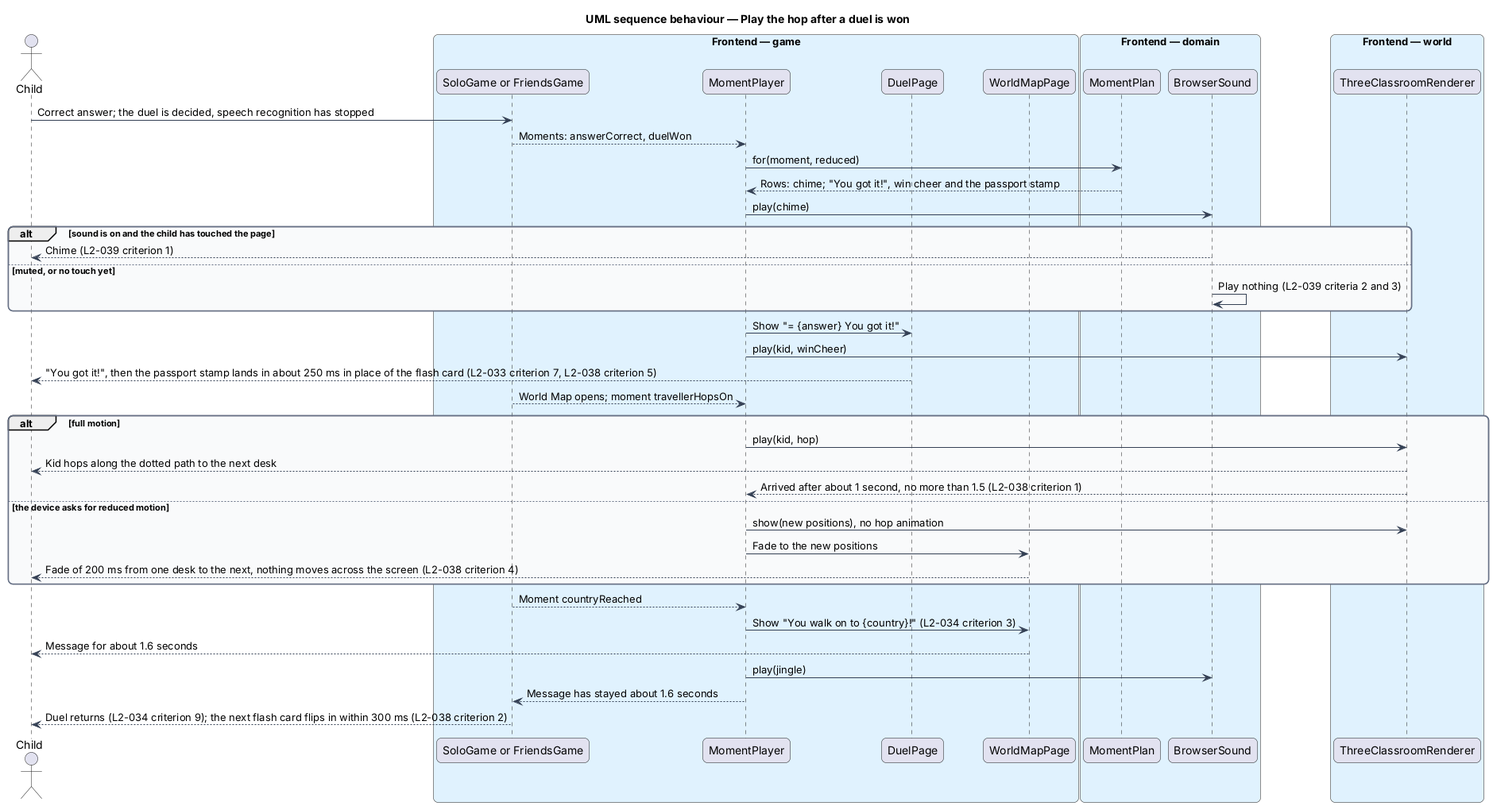
The PlantUML diagram docs/detailed-designs/classroom/play-motion-and-sound/diagrams/sequence-play-hop.png in QuinntyneBrown/around-the-world, before a commit. Its source is kept beside it as docs/detailed-designs/classroom/play-motion-and-sound/diagrams/sequence-play-hop.puml. Its diagram source:
```plantuml
@startuml
title UML sequence behaviour — Play the hop after a duel is won
skinparam backgroundColor #FFFFFF
skinparam shadowing false
skinparam roundcorner 12
skinparam defaultFontName Arial
skinparam ArrowColor #344054
skinparam rectangle {
  BorderColor #344054
  FontColor #101828
}
skinparam package {
  BorderColor #667085
  FontColor #101828
  BackgroundColor #F9FAFB
}
actor "Child" as actor
box "Frontend — game" #E0F2FE
  participant "SoloGame or FriendsGame" as session
  participant "MomentPlayer" as player
  participant "DuelPage" as duel
  participant "WorldMapPage" as map
end box
box "Frontend — domain" #E0F2FE
  participant "MomentPlan" as plan
  participant "BrowserSound" as sound
end box
box "Frontend — world" #E0F2FE
  participant "ThreeClassroomRenderer" as renderer
end box
actor -> session : Correct answer; the duel is decided, speech recognition has stopped
session --> player : Moments: answerCorrect, duelWon
player -> plan : for(moment, reduced)
plan --> player : Rows: chime; "You got it!", win cheer and the passport stamp
player -> sound : play(chime)
alt sound is on and the child has touched the page
  sound --> actor : Chime (L2-039 criterion 1)
else muted, or no touch yet
  sound -> sound : Play nothing (L2-039 criteria 2 and 3)
end
player -> duel : Show "= {answer} You got it!"
player -> renderer : play(kid, winCheer)
duel --> actor : "You got it!", then the passport stamp lands in about 250 ms in place of the flash card (L2-033 criterion 7, L2-038 criterion 5)
session --> player : World Map opens; moment travellerHopsOn
alt full motion
  player -> renderer : play(kid, hop)
  renderer --> actor : Kid hops along the dotted path to the next desk
  renderer --> player : Arrived after about 1 second, no more than 1.5 (L2-038 criterion 1)
else the device asks for reduced motion
  player -> renderer : show(new positions), no hop animation
  player -> map : Fade to the new positions
  map --> actor : Fade of 200 ms from one desk to the next, nothing moves across the screen (L2-038 criterion 4)
end
session --> player : Moment countryReached
player -> map : Show "You walk on to {country}!" (L2-034 criterion 3)
map --> actor : Message for about 1.6 seconds
player -> sound : play(jingle)
player --> session : Message has stayed about 1.6 seconds
session --> actor : Duel returns (L2-034 criterion 9); the next flash card flips in within 300 ms (L2-038 criterion 2)
@enduml
```
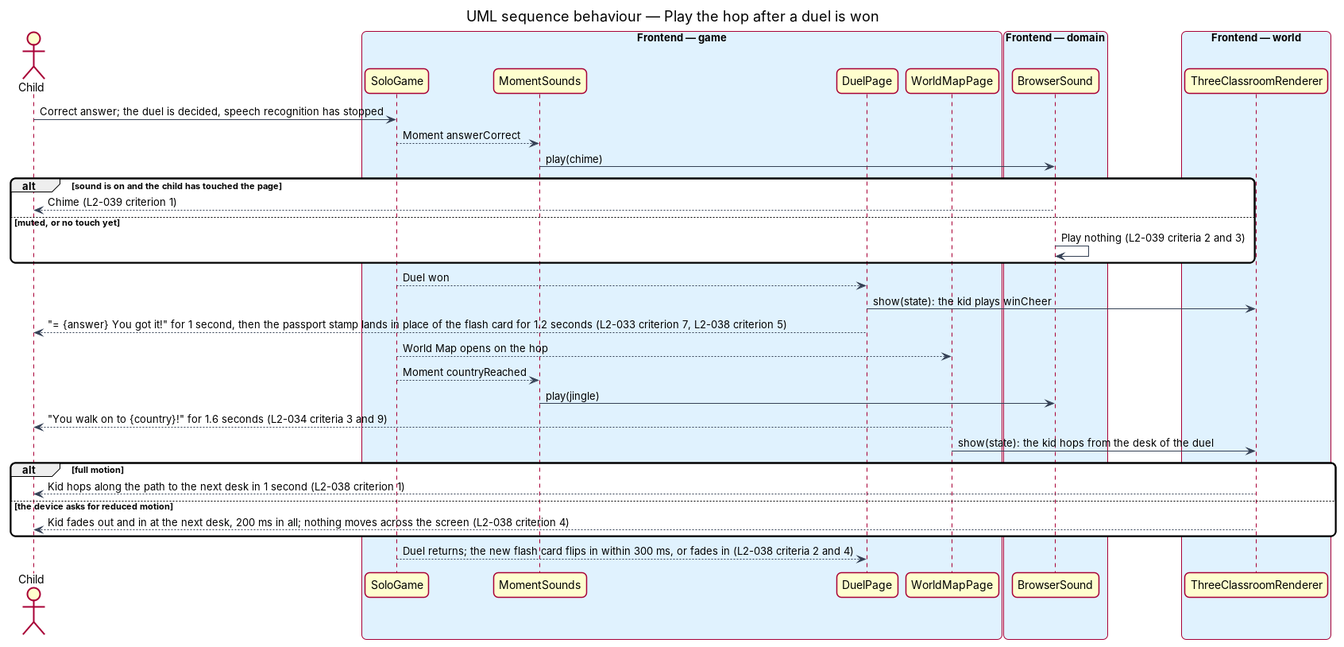
Later version of the same file.

Change to the diagram source:
```diff
@@ -16,45 +16,37 @@
 }
 actor "Child" as actor
 box "Frontend — game" #E0F2FE
-  participant "SoloGame or FriendsGame" as session
-  participant "MomentPlayer" as player
+  participant "SoloGame" as session
+  participant "MomentSounds" as moments
   participant "DuelPage" as duel
   participant "WorldMapPage" as map
 end box
 box "Frontend — domain" #E0F2FE
-  participant "MomentPlan" as plan
   participant "BrowserSound" as sound
 end box
 box "Frontend — world" #E0F2FE
   participant "ThreeClassroomRenderer" as renderer
 end box
 actor -> session : Correct answer; the duel is decided, speech recognition has stopped
-session --> player : Moments: answerCorrect, duelWon
-player -> plan : for(moment, reduced)
-plan --> player : Rows: chime; "You got it!", win cheer and the passport stamp
-player -> sound : play(chime)
+session --> moments : Moment answerCorrect
+moments -> sound : play(chime)
 alt sound is on and the child has touched the page
   sound --> actor : Chime (L2-039 criterion 1)
 else muted, or no touch yet
   sound -> sound : Play nothing (L2-039 criteria 2 and 3)
 end
-player -> duel : Show "= {answer} You got it!"
-player -> renderer : play(kid, winCheer)
-duel --> actor : "You got it!", then the passport stamp lands in about 250 ms in place of the flash card (L2-033 criterion 7, L2-038 criterion 5)
-session --> player : World Map opens; moment travellerHopsOn
+session --> duel : Duel won
+duel -> renderer : show(state): the kid plays winCheer
+duel --> actor : "= {answer} You got it!" for 1 second, then the passport stamp lands in place of the flash card for 1.2 seconds (L2-033 criterion 7, L2-038 criterion 5)
+session --> map : World Map opens on the hop
+session --> moments : Moment countryReached
+moments -> sound : play(jingle)
+map --> actor : "You walk on to {country}!" for 1.6 seconds (L2-034 criteria 3 and 9)
+map -> renderer : show(state): the kid hops from the desk of the duel
 alt full motion
-  player -> renderer : play(kid, hop)
-  renderer --> actor : Kid hops along the dotted path to the next desk
-  renderer --> player : Arrived after about 1 second, no more than 1.5 (L2-038 criterion 1)
+  renderer --> actor : Kid hops along the path to the next desk in 1 second (L2-038 criterion 1)
 else the device asks for reduced motion
-  player -> renderer : show(new positions), no hop animation
-  player -> map : Fade to the new positions
-  map --> actor : Fade of 200 ms from one desk to the next, nothing moves across the screen (L2-038 criterion 4)
+  renderer --> actor : Kid fades out and in at the next desk, 200 ms in all; nothing moves across the screen (L2-038 criterion 4)
 end
-session --> player : Moment countryReached
-player -> map : Show "You walk on to {country}!" (L2-034 criterion 3)
-map --> actor : Message for about 1.6 seconds
-player -> sound : play(jingle)
-player --> session : Message has stayed about 1.6 seconds
-session --> actor : Duel returns (L2-034 criterion 9); the next flash card flips in within 300 ms (L2-038 criterion 2)
+session --> duel : Duel returns; the new flash card flips in within 300 ms, or fades in (L2-038 criteria 2 and 4)
 @enduml
```
